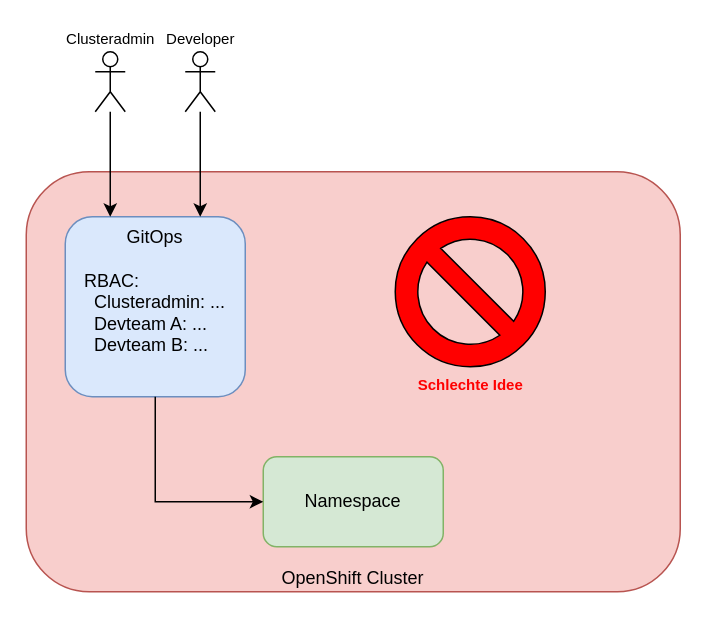
Before: page "Seite-1" (1 of 2) of pictures/oneargo.drawio in saschasgit/rh-gitops_and_namespaces, a draw.io diagram. Source tidied: cells renumbered, new cells numbered last; positions are measured from the earlier drawing's top-left corner, leaving out a move shared by most shapes. Both pictures are drawn from the tidied source at 150%, with x=0, y=0 at pixel (26, 51).
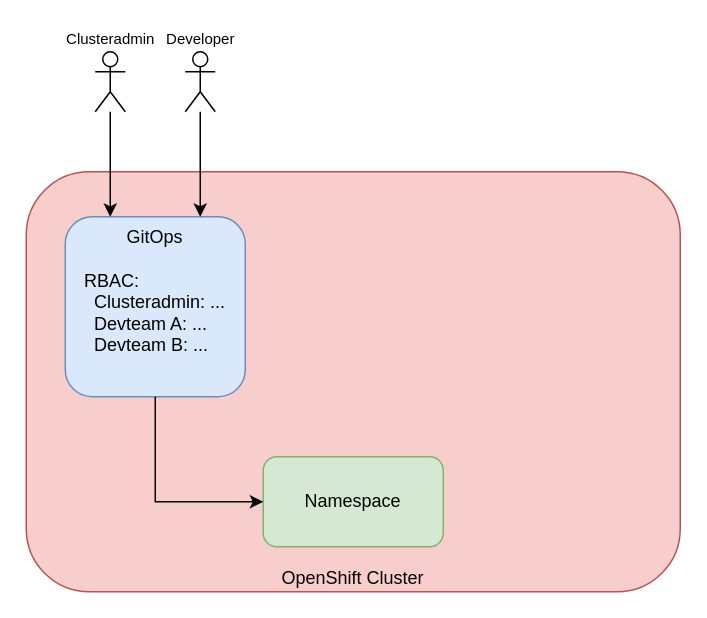
After the change.

The edit, as a diff of the source:
```diff
@@
 <mxGraphModel>
   <root>
     <mxCell id="0" />
     <mxCell id="1" parent="0" />
     <mxCell id="2" value="OpenShift Cluster" style="rounded=1;whiteSpace=wrap;html=1;fillColor=#f8cecc;strokeColor=#b85450;labelPosition=center;verticalLabelPosition=middle;align=center;verticalAlign=bottom;" parent="1" vertex="1">
       <mxGeometry y="80" width="436" height="280" as="geometry" />
     </mxCell>
     <mxCell id="3" value="Namespace" style="rounded=1;whiteSpace=wrap;html=1;fillColor=#d5e8d4;strokeColor=#82b366;" parent="1" vertex="1">
       <mxGeometry x="158" y="270" width="120" height="60" as="geometry" />
     </mxCell>
     <mxCell id="4" value="GitOps&lt;br&gt;&lt;br&gt;&lt;div style=&quot;text-align: left;&quot;&gt;&lt;span style=&quot;background-color: initial;&quot;&gt;RBAC:&lt;/span&gt;&lt;/div&gt;&lt;div style=&quot;text-align: left;&quot;&gt;&lt;span style=&quot;background-color: initial;&quot;&gt;&amp;nbsp; Clusteradmin: ...&lt;/span&gt;&lt;/div&gt;&lt;div style=&quot;text-align: left;&quot;&gt;&lt;span style=&quot;background-color: initial;&quot;&gt;&amp;nbsp; Devteam A: ...&lt;/span&gt;&lt;/div&gt;&lt;div style=&quot;text-align: left;&quot;&gt;&lt;span style=&quot;background-color: initial;&quot;&gt;&amp;nbsp; Devteam B: ...&lt;/span&gt;&lt;/div&gt;" style="rounded=1;whiteSpace=wrap;html=1;fillColor=#dae8fc;strokeColor=#6c8ebf;verticalAlign=top;" parent="1" vertex="1">
       <mxGeometry x="26" y="110" width="120" height="120" as="geometry" />
     </mxCell>
     <mxCell id="5" style="endArrow=classic;html=1;rounded=0;exitX=0.5;exitY=1;exitDx=0;exitDy=0;entryX=0;entryY=0.5;entryDx=0;entryDy=0;" parent="1" edge="1" source="4" target="3">
       <mxGeometry relative="1" as="geometry">
         <Array as="points">
           <mxPoint x="86" y="300" />
         </Array>
       </mxGeometry>
     </mxCell>
     <mxCell id="6" style="edgeStyle=orthogonalEdgeStyle;rounded=0;jettySize=auto;html=1;entryX=0.25;entryY=0;entryDx=0;entryDy=0;" parent="1" edge="1" source="7" target="4">
       <mxGeometry relative="1" as="geometry" />
     </mxCell>
     <mxCell id="7" value="&lt;font style=&quot;font-size: 10px;&quot;&gt;Clusteradmin&lt;/font&gt;" style="shape=umlActor;verticalLabelPosition=top;verticalAlign=bottom;html=1;outlineConnect=0;labelPosition=center;align=center;" parent="1" vertex="1">
       <mxGeometry x="46" width="20" height="40" as="geometry" />
     </mxCell>
     <mxCell id="8" style="edgeStyle=orthogonalEdgeStyle;rounded=0;jettySize=auto;html=1;entryX=0.75;entryY=0;entryDx=0;entryDy=0;" parent="1" edge="1" source="9" target="4">
       <mxGeometry relative="1" as="geometry" />
     </mxCell>
     <mxCell id="9" value="&lt;font style=&quot;font-size: 10px;&quot;&gt;Developer&lt;/font&gt;" style="shape=umlActor;verticalLabelPosition=top;verticalAlign=bottom;html=1;outlineConnect=0;labelPosition=center;align=center;" parent="1" vertex="1">
       <mxGeometry x="106" width="20" height="40" as="geometry" />
     </mxCell>
-    <mxCell id="10" value="&lt;b&gt;&lt;font color=&quot;#ff0000&quot;&gt;Schlechte Idee&lt;/font&gt;&lt;/b&gt;" style="verticalLabelPosition=bottom;verticalAlign=top;html=1;shape=mxgraph.basic.no_symbol;labelBackgroundColor=none;fontSize=10;fontColor=#000000;fillColor=#FF0000;" parent="1" vertex="1">
-      <mxGeometry x="246" y="110" width="100" height="100" as="geometry" />
-    </mxCell>
   </root>
 </mxGraphModel>
```
